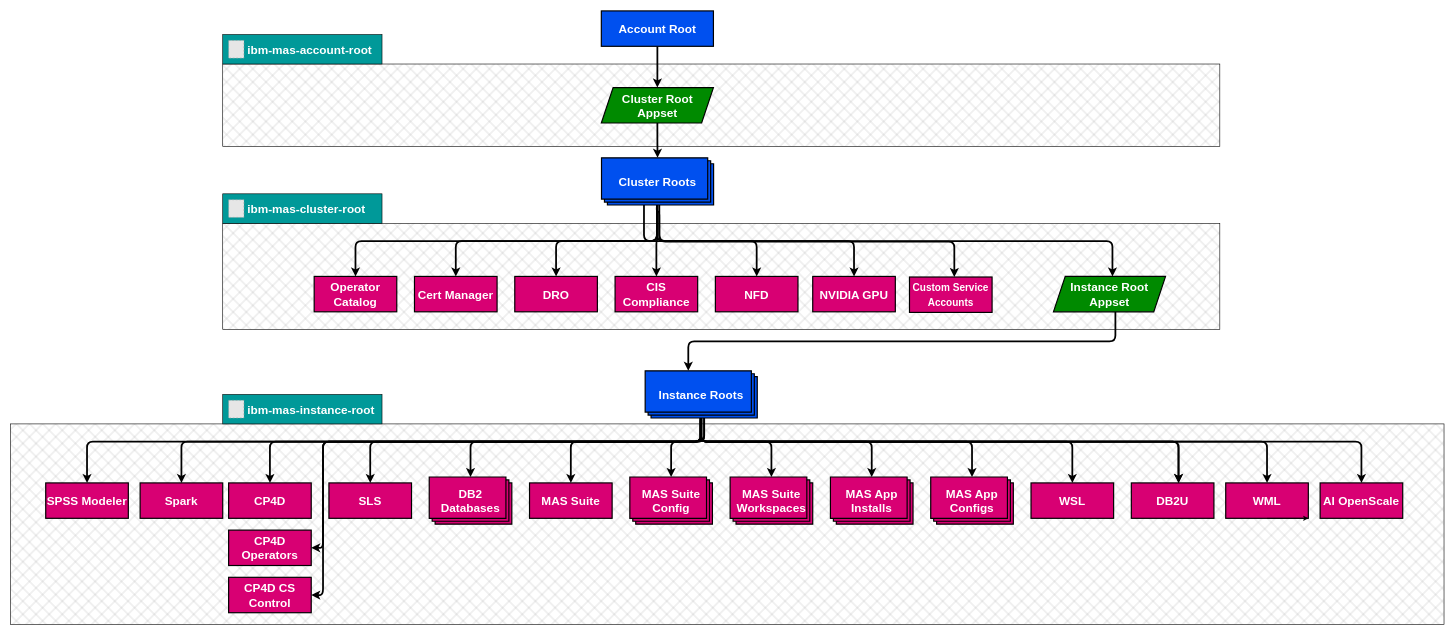
ibm-mas/gitops keeps this draw.io diagram as docs/drawio/appstructure.drawio. Above is the earlier version. Source tidied: cells renumbered, new cells numbered last; positions are measured from the earlier drawing's top-left corner, leaving out a move shared by most shapes. Both pictures are drawn from the tidied source at 59%, with x=0, y=0 at pixel (10, 11). Pictures stored in the file or linked from it are replaced by grey dashed boxes.
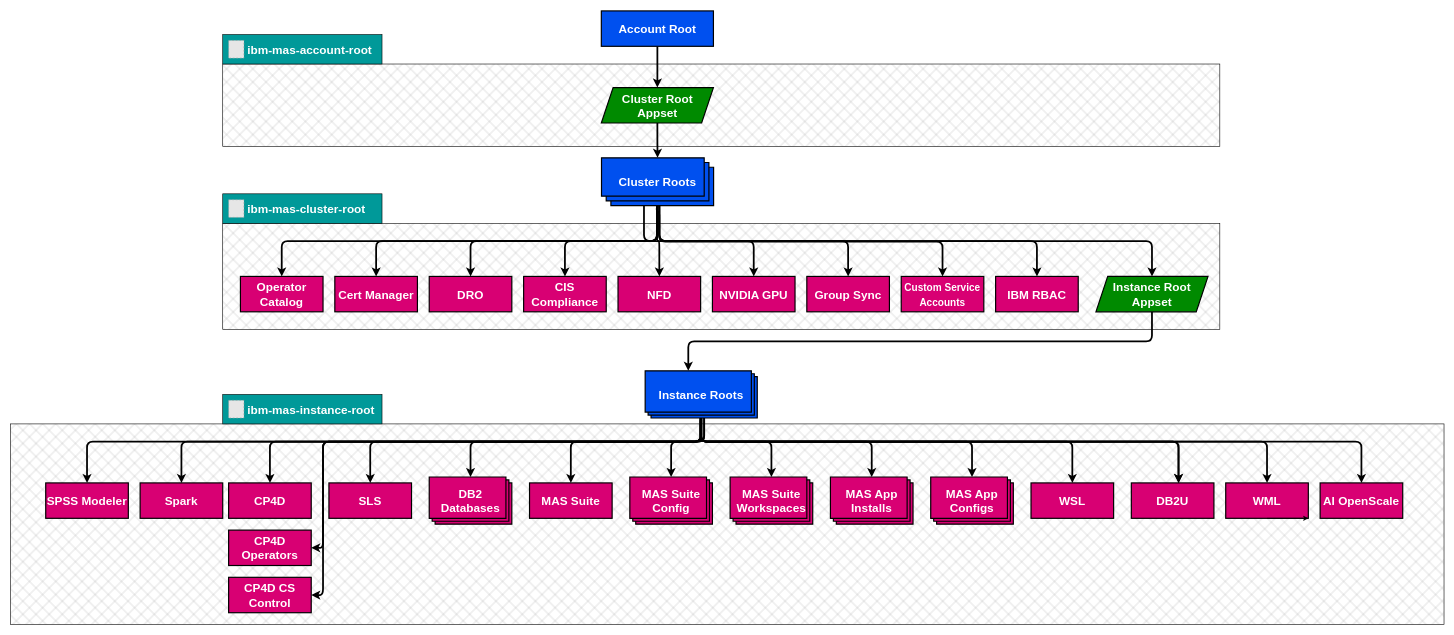
The same diagram, later.

Commit message (it also covers changes not shown here):
add group & RBAC to diagram

Diff of the diagram source:
```diff
@@
     <mxCell id="9" style="edgeStyle=orthogonalEdgeStyle;html=1;strokeWidth=3;orthogonal=1;strokeColor=#000000;" parent="1" edge="1" source="10">
       <mxGeometry relative="1" as="geometry">
         <mxPoint x="1149.1" y="610" as="targetPoint" />
         <Array as="points">
-          <mxPoint x="1873" y="560" />
+          <mxPoint x="1935" y="560" />
           <mxPoint x="1149" y="560" />
         </Array>
       </mxGeometry>
     </mxCell>
     <mxCell id="10" value="Instance Root Appset" style="shape=parallelogram;perimeter=parallelogramPerimeter;whiteSpace=wrap;html=1;fixedSize=1;fillColor=#008a00;fontColor=#ffffff;strokeColor=#000000;fontStyle=1;fontSize=20;strokeWidth=2;align=center;spacing=0;" parent="1" vertex="1">
-      <mxGeometry x="1768" y="450" width="190" height="60" as="geometry" />
+      <mxGeometry x="1840" y="450" width="190" height="60" as="geometry" />
     </mxCell>
     <mxCell id="11" value="Operator Catalog" style="rounded=0;whiteSpace=wrap;html=1;fillColor=#d80073;strokeColor=#000000;fontColor=#ffffff;fontStyle=1;fontSize=20;strokeWidth=2;align=center;spacing=0;" parent="1" vertex="1">
-      <mxGeometry x="515" y="450" width="140" height="60" as="geometry" />
+      <mxGeometry x="390" y="450" width="140" height="60" as="geometry" />
     </mxCell>
     <mxCell id="12" value="Cert Manager" style="rounded=0;whiteSpace=wrap;html=1;fillColor=#d80073;strokeColor=#000000;fontColor=#ffffff;fontStyle=1;fontSize=20;strokeWidth=2;align=center;spacing=0;" parent="1" vertex="1">
-      <mxGeometry x="685" y="450" width="140" height="60" as="geometry" />
+      <mxGeometry x="550" y="450" width="140" height="60" as="geometry" />
     </mxCell>
     <mxCell id="13" value="DRO" style="rounded=0;whiteSpace=wrap;html=1;fillColor=#d80073;strokeColor=#000000;fontColor=#ffffff;fontStyle=1;fontSize=20;strokeWidth=2;align=center;spacing=0;" parent="1" vertex="1">
-      <mxGeometry x="855" y="450" width="140" height="60" as="geometry" />
+      <mxGeometry x="710" y="450" width="140" height="60" as="geometry" />
     </mxCell>
     <mxCell id="14" value="CIS Compliance" style="rounded=0;whiteSpace=wrap;html=1;fillColor=#d80073;strokeColor=#000000;fontColor=#ffffff;fontStyle=1;fontSize=20;strokeWidth=2;align=center;spacing=0;" parent="1" vertex="1">
-      <mxGeometry x="1025" y="450" width="140" height="60" as="geometry" />
+      <mxGeometry x="870" y="450" width="140" height="60" as="geometry" />
     </mxCell>
     <mxCell id="15" value="NFD" style="rounded=0;whiteSpace=wrap;html=1;fillColor=#d80073;strokeColor=#000000;fontColor=#ffffff;fontStyle=1;fontSize=20;strokeWidth=2;align=center;spacing=0;" parent="1" vertex="1">
-      <mxGeometry x="1195" y="450" width="140" height="60" as="geometry" />
+      <mxGeometry x="1030" y="450" width="140" height="60" as="geometry" />
     </mxCell>
@@
     <mxCell id="20" style="edgeStyle=orthogonalEdgeStyle;html=1;strokeWidth=3;orthogonal=1;strokeColor=#000000;" parent="1" edge="1" source="26" target="11">
       <mxGeometry relative="1" as="geometry">
         <Array as="points">
           <mxPoint x="1096" y="390" />
-          <mxPoint x="585" y="390" />
+          <mxPoint x="460" y="390" />
         </Array>
       </mxGeometry>
     </mxCell>
     <mxCell id="21" style="edgeStyle=orthogonalEdgeStyle;html=1;strokeWidth=3;orthogonal=1;strokeColor=#000000;" parent="1" edge="1" source="26" target="12">
       <mxGeometry relative="1" as="geometry">
         <Array as="points">
           <mxPoint x="1096" y="390" />
-          <mxPoint x="755" y="390" />
+          <mxPoint x="620" y="390" />
         </Array>
       </mxGeometry>
     </mxCell>
     <mxCell id="22" style="edgeStyle=orthogonalEdgeStyle;html=1;strokeWidth=3;orthogonal=1;strokeColor=#000000;" parent="1" edge="1" source="26" target="13">
       <mxGeometry relative="1" as="geometry">
         <Array as="points">
           <mxPoint x="1096" y="390" />
-          <mxPoint x="925" y="390" />
+          <mxPoint x="780" y="390" />
         </Array>
       </mxGeometry>
     </mxCell>
@@
     <mxCell id="24" style="edgeStyle=orthogonalEdgeStyle;html=1;strokeWidth=3;orthogonal=1;strokeColor=#000000;" parent="1" edge="1" source="26" target="15">
       <mxGeometry relative="1" as="geometry">
         <Array as="points">
           <mxPoint x="1096" y="390" />
-          <mxPoint x="1265" y="390" />
+          <mxPoint x="1100" y="390" />
         </Array>
       </mxGeometry>
     </mxCell>
     <mxCell id="25" style="edgeStyle=orthogonalEdgeStyle;html=1;strokeWidth=3;orthogonal=1;strokeColor=#000000;" parent="1" edge="1" target="10">
       <mxGeometry relative="1" as="geometry">
         <mxPoint x="1074" y="329" as="sourcePoint" />
         <Array as="points">
           <mxPoint x="1074" y="390" />
-          <mxPoint x="1868" y="390" />
+          <mxPoint x="1935" y="390" />
         </Array>
       </mxGeometry>
     </mxCell>
-    <mxCell id="26" value="&lt;span style=&quot;color: rgb(255, 255, 255); font-family: Helvetica; font-size: 20px; font-style: normal; font-variant-ligatures: normal; font-variant-caps: normal; letter-spacing: normal; orphans: 2; text-indent: 0px; text-transform: none; widows: 2; word-spacing: 0px; -webkit-text-stroke-width: 0px; text-decoration-thickness: initial; text-decoration-style: initial; text-decoration-color: initial; float: none; display: inline !important;&quot;&gt;Cluster Roots&lt;/span&gt;" style="verticalLabelPosition=middle;verticalAlign=middle;html=1;shape=mxgraph.basic.layered_rect;dx=10;outlineConnect=0;fillColor=#0050ef;fontColor=#ffffff;strokeColor=#000000;labelPosition=center;align=center;labelBackgroundColor=none;whiteSpace=wrap;horizontal=1;fontStyle=1;fontSize=20;strokeWidth=2;spacing=0;" parent="1" vertex="1">
-      <mxGeometry x="1002" y="249" width="190" height="80" as="geometry" />
+    <mxCell id="26" value="&lt;span style=&quot;color: rgb(255, 255, 255); font-family: Helvetica; font-size: 20px; font-style: normal; font-variant-ligatures: normal; font-variant-caps: normal; letter-spacing: normal; orphans: 2; text-indent: 0px; text-transform: none; widows: 2; word-spacing: 0px; -webkit-text-stroke-width: 0px; text-decoration-thickness: initial; text-decoration-style: initial; text-decoration-color: initial; float: none; display: inline !important;&quot;&gt;Cluster Roots&lt;/span&gt;" style="verticalLabelPosition=middle;verticalAlign=middle;html=1;shape=mxgraph.basic.layered_rect;dx=15.94;outlineConnect=0;fillColor=#0050ef;fontColor=#ffffff;strokeColor=#000000;labelPosition=center;align=center;labelBackgroundColor=none;whiteSpace=wrap;horizontal=1;fontStyle=1;fontSize=20;strokeWidth=2;spacing=0;" parent="1" vertex="1">
+      <mxGeometry x="1002" y="249" width="190" height="81" as="geometry" />
     </mxCell>
@@
     <mxCell id="63" value="NVIDIA GPU" style="rounded=0;whiteSpace=wrap;html=1;fillColor=#d80073;strokeColor=#000000;fontColor=#ffffff;fontStyle=1;fontSize=20;strokeWidth=2;align=center;spacing=0;" parent="1" vertex="1">
-      <mxGeometry x="1360" y="450" width="140" height="60" as="geometry" />
+      <mxGeometry x="1190" y="450" width="140" height="60" as="geometry" />
     </mxCell>
     <mxCell id="64" style="edgeStyle=orthogonalEdgeStyle;html=1;strokeWidth=3;orthogonal=1;strokeColor=#000000;entryX=0.5;entryY=0;entryDx=0;entryDy=0;" parent="1" edge="1" source="26" target="63">
       <mxGeometry relative="1" as="geometry">
         <Array as="points">
           <mxPoint x="1100" y="390" />
-          <mxPoint x="1430" y="390" />
+          <mxPoint x="1260" y="390" />
         </Array>
       </mxGeometry>
     </mxCell>
@@
     <mxCell id="67" value="&lt;font style=&quot;font-size: 17px;&quot;&gt;Custom Service Accounts&lt;/font&gt;" style="rounded=0;whiteSpace=wrap;html=1;fillColor=#d80073;strokeColor=#000000;fontColor=#ffffff;fontStyle=1;fontSize=20;strokeWidth=2;align=center;spacing=0;" parent="1" vertex="1">
-      <mxGeometry x="1524" y="451" width="140" height="60" as="geometry" />
+      <mxGeometry x="1510" y="450" width="140" height="60" as="geometry" />
     </mxCell>
     <mxCell id="68" style="edgeStyle=orthogonalEdgeStyle;html=1;strokeWidth=3;orthogonal=1;strokeColor=#000000;exitX=0.493;exitY=1.048;exitDx=0;exitDy=0;exitPerimeter=0;" parent="1" edge="1" source="26" target="67">
       <mxGeometry relative="1" as="geometry">
         <Array as="points">
           <mxPoint x="1096" y="340" />
           <mxPoint x="1100" y="340" />
           <mxPoint x="1100" y="391" />
-          <mxPoint x="1600" y="391" />
+          <mxPoint x="1580" y="391" />
         </Array>
       </mxGeometry>
     </mxCell>
+    <mxCell id="69" value="Group Sync" style="rounded=0;whiteSpace=wrap;html=1;fillColor=#d80073;strokeColor=#000000;fontColor=#ffffff;fontStyle=1;fontSize=20;strokeWidth=2;align=center;spacing=0;" parent="1" vertex="1">
+      <mxGeometry x="1350" y="450" width="140" height="60" as="geometry" />
+    </mxCell>
+    <mxCell id="70" value="IBM RBAC" style="rounded=0;whiteSpace=wrap;html=1;fillColor=#d80073;strokeColor=#000000;fontColor=#ffffff;fontStyle=1;fontSize=20;strokeWidth=2;align=center;spacing=0;" parent="1" vertex="1">
+      <mxGeometry x="1670" y="450" width="140" height="60" as="geometry" />
+    </mxCell>
+    <mxCell id="71" style="edgeStyle=orthogonalEdgeStyle;html=1;strokeWidth=3;orthogonal=1;strokeColor=#000000;" parent="1" edge="1">
+      <mxGeometry relative="1" as="geometry">
+        <mxPoint x="1100" y="330" as="sourcePoint" />
+        <mxPoint x="1420" y="450" as="targetPoint" />
+        <Array as="points">
+          <mxPoint x="1100" y="390" />
+          <mxPoint x="1420" y="390" />
+        </Array>
+      </mxGeometry>
+    </mxCell>
+    <mxCell id="72" style="edgeStyle=orthogonalEdgeStyle;html=1;strokeWidth=3;orthogonal=1;strokeColor=#000000;" parent="1" edge="1">
+      <mxGeometry relative="1" as="geometry">
+        <mxPoint x="1100" y="330" as="sourcePoint" />
+        <mxPoint x="1740" y="450" as="targetPoint" />
+        <Array as="points">
+          <mxPoint x="1100" y="330" />
+          <mxPoint x="1100" y="390" />
+          <mxPoint x="1740" y="390" />
+        </Array>
+      </mxGeometry>
+    </mxCell>
```
